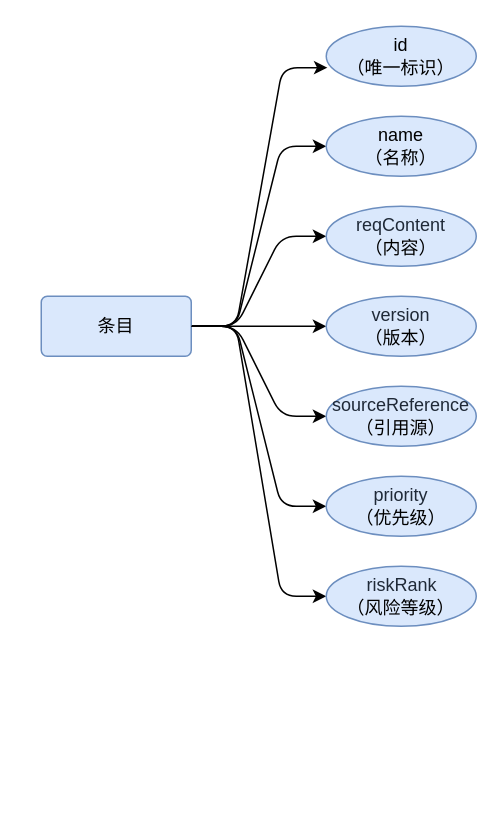
Before: entry(E-R).drawio in ColinCongDu/chart, a draw.io diagram. Source tidied: cells renumbered, new cells numbered last; positions are measured from the earlier drawing's top-left corner, leaving out a move shared by most shapes. Both pictures are drawn from the tidied source at 150%, with x=0, y=0 at pixel (40, 26).
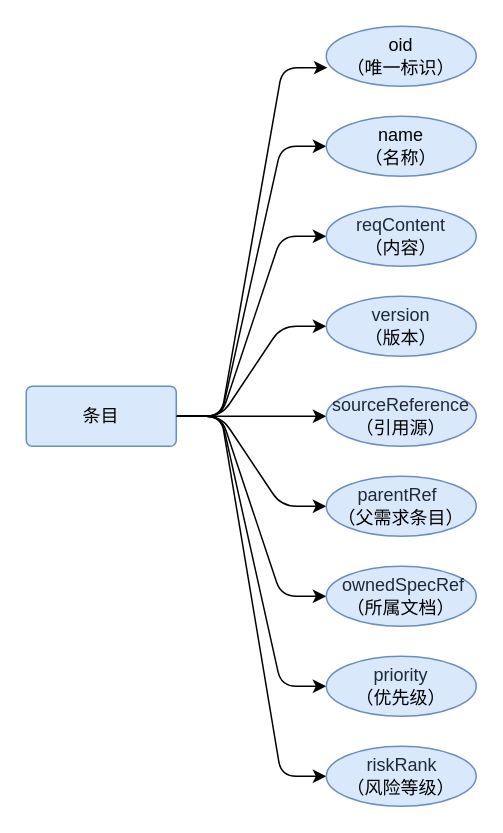
The same diagram, later.

The edit, as a diff of the source:
```diff
@@
+    <mxCell id="17" style="edgeStyle=entityRelationEdgeStyle;rounded=1;jettySize=auto;html=1;entryX=0;entryY=0.5;entryDx=0;entryDy=0;" parent="1" edge="1" source="8" target="19">
+      <mxGeometry relative="1" as="geometry" />
+    </mxCell>
+    <mxCell id="18" style="edgeStyle=entityRelationEdgeStyle;rounded=1;jettySize=auto;html=1;entryX=0;entryY=0.5;entryDx=0;entryDy=0;curved=0;" parent="1" edge="1" source="8" target="20">
+      <mxGeometry relative="1" as="geometry" />
+    </mxCell>
     <mxCell id="8" value="条目" style="rounded=1;arcSize=10;whiteSpace=wrap;html=1;align=center;fillColor=#dae8fc;strokeColor=#6c8ebf;" parent="1" vertex="1">
-      <mxGeometry y="180" width="100" height="40" as="geometry" />
+      <mxGeometry x="-10" y="240" width="100" height="40" as="geometry" />
     </mxCell>
-    <mxCell id="9" value="id&lt;div&gt;（唯一标识）&lt;/div&gt;" style="ellipse;whiteSpace=wrap;html=1;align=center;fillColor=#dae8fc;strokeColor=#6c8ebf;" parent="1" vertex="1">
+    <mxCell id="9" value="oid&lt;br&gt;&lt;div&gt;（唯一标识）&lt;/div&gt;" style="ellipse;whiteSpace=wrap;html=1;align=center;fillColor=#dae8fc;strokeColor=#6c8ebf;" parent="1" vertex="1">
       <mxGeometry x="190" width="100" height="40" as="geometry" />
     </mxCell>
@@
     <mxCell id="12" value="&lt;span style=&quot;color: rgb(31, 41, 55); font-family: AlibabaPuHuiTi-3-55-Regular; text-align: left; text-wrap-mode: nowrap;&quot;&gt;priority&lt;/span&gt;&lt;br&gt;&lt;div&gt;（优先级）&lt;/div&gt;" style="ellipse;whiteSpace=wrap;html=1;align=center;strokeColor=#6c8ebf;verticalAlign=middle;fontFamily=Helvetica;fontSize=12;fontColor=default;fillColor=#dae8fc;" parent="1" vertex="1">
-      <mxGeometry x="190" y="300" width="100" height="40" as="geometry" />
+      <mxGeometry x="190" y="420" width="100" height="40" as="geometry" />
     </mxCell>
@@
     <mxCell id="16" value="&lt;div style=&quot;text-align: left;&quot;&gt;&lt;span style=&quot;background-color: transparent; text-wrap-mode: nowrap;&quot;&gt;&lt;font face=&quot;AlibabaPuHuiTi-3-55-Regular&quot; color=&quot;#1f2937&quot;&gt;&amp;nbsp; &amp;nbsp; riskRank&lt;/font&gt;&lt;/span&gt;&lt;/div&gt;&lt;div&gt;（风险等级）&lt;/div&gt;" style="ellipse;whiteSpace=wrap;html=1;align=center;strokeColor=#6c8ebf;verticalAlign=middle;fontFamily=Helvetica;fontSize=12;fontColor=default;fillColor=#dae8fc;" parent="1" vertex="1">
-      <mxGeometry x="190" y="360" width="100" height="40" as="geometry" />
+      <mxGeometry x="190" y="480" width="100" height="40" as="geometry" />
     </mxCell>
+    <mxCell id="19" value="&lt;div style=&quot;text-align: left;&quot;&gt;&lt;span style=&quot;background-color: transparent; text-wrap-mode: nowrap;&quot;&gt;&lt;font face=&quot;AlibabaPuHuiTi-3-55-Regular&quot; color=&quot;#1f2937&quot;&gt;&amp;nbsp; &amp;nbsp;&amp;nbsp;&lt;/font&gt;&lt;/span&gt;&lt;span style=&quot;color: rgb(31, 41, 55); font-family: AlibabaPuHuiTi-3-55-Regular; text-wrap-mode: nowrap;&quot;&gt;parentRef&lt;/span&gt;&lt;/div&gt;&lt;div&gt;（父需求条目）&lt;/div&gt;" style="ellipse;whiteSpace=wrap;html=1;align=center;strokeColor=#6c8ebf;verticalAlign=middle;fontFamily=Helvetica;fontSize=12;fontColor=default;fillColor=#dae8fc;" parent="1" vertex="1">
+      <mxGeometry x="190" y="300" width="100" height="40" as="geometry" />
+    </mxCell>
+    <mxCell id="20" value="&lt;div style=&quot;text-align: left;&quot;&gt;&lt;span style=&quot;background-color: transparent; text-wrap-mode: nowrap;&quot;&gt;&lt;font face=&quot;AlibabaPuHuiTi-3-55-Regular&quot; color=&quot;#1f2937&quot;&gt;&amp;nbsp;&lt;/font&gt;&lt;/span&gt;&lt;span style=&quot;color: rgb(31, 41, 55); font-family: AlibabaPuHuiTi-3-55-Regular; text-wrap-mode: nowrap;&quot;&gt;ownedSpecRef&lt;/span&gt;&lt;/div&gt;&lt;div&gt;（所属文档）&lt;/div&gt;" style="ellipse;whiteSpace=wrap;html=1;align=center;strokeColor=#6c8ebf;verticalAlign=middle;fontFamily=Helvetica;fontSize=12;fontColor=default;fillColor=#dae8fc;" parent="1" vertex="1">
+      <mxGeometry x="190" y="360" width="100" height="40" as="geometry" />
+    </mxCell>
```
